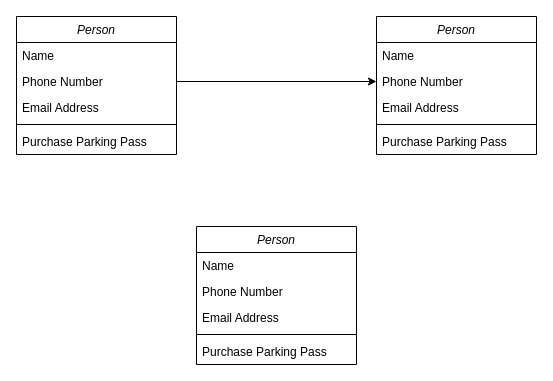
This is 제목 없는 다이어그램.drawio from dbsrudrla/diagram, a draw.io file, before an edit. Source tidied: cells renumbered, new cells numbered last; positions are measured from the earlier drawing's top-left corner, leaving out a move shared by most shapes. Both pictures are drawn from the tidied source at 100%, with x=0, y=0 at pixel (16, 16).
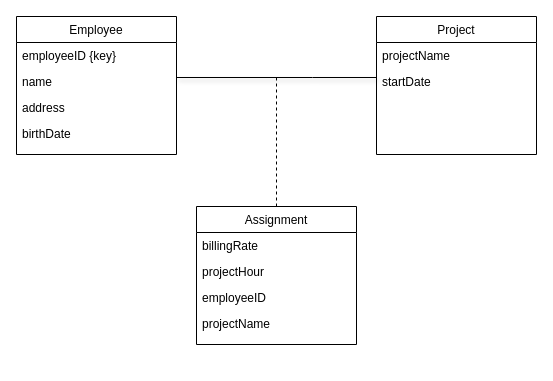
The same diagram, later.

Commit message (it also covers changes not shown here):
시분설 과제 #3

What changed in the source:
```diff
@@
-    <mxCell id="2" value="Person" style="swimlane;fontStyle=2;align=center;verticalAlign=top;horizontal=1;startSize=26;rounded=0;shadow=0;strokeWidth=1;" parent="1" vertex="1">
+    <mxCell id="2" value="Employee" style="swimlane;fontStyle=0;align=center;verticalAlign=top;horizontal=1;startSize=26;rounded=0;shadow=0;strokeWidth=1;" parent="1" vertex="1">
       <mxGeometry width="160" height="138" as="geometry" />
     </mxCell>
-    <mxCell id="3" value="Name" style="text;align=left;verticalAlign=top;spacingLeft=4;spacingRight=4;overflow=hidden;" parent="2" vertex="1">
+    <mxCell id="3" value="employeeID {key}" style="text;align=left;verticalAlign=top;spacingLeft=4;spacingRight=4;overflow=hidden;" parent="2" vertex="1">
       <mxGeometry y="26" width="160" height="26" as="geometry" />
     </mxCell>
-    <mxCell id="4" value="Phone Number" style="text;align=left;verticalAlign=top;spacingLeft=4;spacingRight=4;overflow=hidden;points=[[0,0.5],[1,0.5]];portConstraint=eastwest;rounded=0;shadow=0;html=0;" parent="2" vertex="1">
+    <mxCell id="4" value="name" style="text;align=left;verticalAlign=top;spacingLeft=4;spacingRight=4;overflow=hidden;points=[[0,0.5],[1,0.5]];portConstraint=eastwest;rounded=0;shadow=0;html=0;" parent="2" vertex="1">
       <mxGeometry y="52" width="160" height="26" as="geometry" />
     </mxCell>
-    <mxCell id="5" value="Email Address" style="text;align=left;verticalAlign=top;spacingLeft=4;spacingRight=4;overflow=hidden;rounded=0;shadow=0;html=0;" parent="2" vertex="1">
+    <mxCell id="5" value="address" style="text;align=left;verticalAlign=top;spacingLeft=4;spacingRight=4;overflow=hidden;rounded=0;shadow=0;html=0;" parent="2" vertex="1">
       <mxGeometry y="78" width="160" height="26" as="geometry" />
     </mxCell>
-    <mxCell id="6" style="line;html=1;strokeWidth=1;align=left;verticalAlign=middle;spacingTop=-1;spacingLeft=3;spacingRight=3;labelPosition=right;" parent="2" vertex="1">
-      <mxGeometry y="104" width="160" height="8" as="geometry" />
-    </mxCell>
-    <mxCell id="7" value="Purchase Parking Pass" style="text;align=left;verticalAlign=top;spacingLeft=4;spacingRight=4;overflow=hidden;" parent="2" vertex="1">
-      <mxGeometry y="112" width="160" height="26" as="geometry" />
+    <mxCell id="7" value="birthDate" style="text;align=left;verticalAlign=top;spacingLeft=4;spacingRight=4;overflow=hidden;" parent="2" vertex="1">
+      <mxGeometry y="104" width="160" height="26" as="geometry" />
     </mxCell>
-    <mxCell id="8" value="Person" style="swimlane;fontStyle=2;align=center;verticalAlign=top;horizontal=1;startSize=26;rounded=0;shadow=0;strokeWidth=1;" parent="1" vertex="1">
+    <mxCell id="8" value="Project" style="swimlane;fontStyle=0;align=center;verticalAlign=top;horizontal=1;startSize=26;rounded=0;shadow=0;strokeWidth=1;" parent="1" vertex="1">
       <mxGeometry x="360" width="160" height="138" as="geometry" />
     </mxCell>
-    <mxCell id="9" value="Name" style="text;align=left;verticalAlign=top;spacingLeft=4;spacingRight=4;overflow=hidden;" parent="8" vertex="1">
+    <mxCell id="9" value="projectName" style="text;align=left;verticalAlign=top;spacingLeft=4;spacingRight=4;overflow=hidden;" parent="8" vertex="1">
       <mxGeometry y="26" width="160" height="26" as="geometry" />
     </mxCell>
-    <mxCell id="10" value="Phone Number" style="text;align=left;verticalAlign=top;spacingLeft=4;spacingRight=4;overflow=hidden;points=[[0,0.5],[1,0.5]];portConstraint=eastwest;rounded=0;shadow=0;html=0;" parent="8" vertex="1">
+    <mxCell id="10" value="startDate" style="text;align=left;verticalAlign=top;spacingLeft=4;spacingRight=4;overflow=hidden;points=[[0,0.5],[1,0.5]];portConstraint=eastwest;rounded=0;shadow=0;html=0;" parent="8" vertex="1">
       <mxGeometry y="52" width="160" height="26" as="geometry" />
     </mxCell>
-    <mxCell id="11" value="Email Address" style="text;align=left;verticalAlign=top;spacingLeft=4;spacingRight=4;overflow=hidden;rounded=0;shadow=0;html=0;" parent="8" vertex="1">
-      <mxGeometry y="78" width="160" height="26" as="geometry" />
-    </mxCell>
-    <mxCell id="12" style="line;html=1;strokeWidth=1;align=left;verticalAlign=middle;spacingTop=-1;spacingLeft=3;spacingRight=3;labelPosition=right;" parent="8" vertex="1">
-      <mxGeometry y="104" width="160" height="8" as="geometry" />
-    </mxCell>
-    <mxCell id="13" value="Purchase Parking Pass" style="text;align=left;verticalAlign=top;spacingLeft=4;spacingRight=4;overflow=hidden;" parent="8" vertex="1">
-      <mxGeometry y="112" width="160" height="26" as="geometry" />
-    </mxCell>
+    <mxCell id="21" style="edgeStyle=orthogonalEdgeStyle;rounded=0;jettySize=auto;html=1;exitX=0.5;exitY=0;exitDx=0;exitDy=0;dashed=1;endArrow=none;endFill=0;" parent="1" edge="1" source="14">
+      <mxGeometry relative="1" as="geometry">
+        <mxPoint x="260" y="60" as="targetPoint" />
+      </mxGeometry>
+    </mxCell>
-    <mxCell id="14" value="Person" style="swimlane;fontStyle=2;align=center;verticalAlign=top;horizontal=1;startSize=26;rounded=0;shadow=0;strokeWidth=1;" parent="1" vertex="1">
-      <mxGeometry x="180" y="210" width="160" height="138" as="geometry" />
+    <mxCell id="14" value="Assignment" style="swimlane;fontStyle=0;align=center;verticalAlign=top;horizontal=1;startSize=26;rounded=0;shadow=0;strokeWidth=1;" parent="1" vertex="1">
+      <mxGeometry x="180" y="190" width="160" height="138" as="geometry" />
     </mxCell>
-    <mxCell id="15" value="Name" style="text;align=left;verticalAlign=top;spacingLeft=4;spacingRight=4;overflow=hidden;" parent="14" vertex="1">
+    <mxCell id="15" value="billingRate" style="text;align=left;verticalAlign=top;spacingLeft=4;spacingRight=4;overflow=hidden;" parent="14" vertex="1">
       <mxGeometry y="26" width="160" height="26" as="geometry" />
     </mxCell>
-    <mxCell id="16" value="Phone Number" style="text;align=left;verticalAlign=top;spacingLeft=4;spacingRight=4;overflow=hidden;rounded=0;shadow=0;html=0;" parent="14" vertex="1">
+    <mxCell id="16" value="projectHour" style="text;align=left;verticalAlign=top;spacingLeft=4;spacingRight=4;overflow=hidden;rounded=0;shadow=0;html=0;" parent="14" vertex="1">
       <mxGeometry y="52" width="160" height="26" as="geometry" />
     </mxCell>
-    <mxCell id="17" value="Email Address" style="text;align=left;verticalAlign=top;spacingLeft=4;spacingRight=4;overflow=hidden;rounded=0;shadow=0;html=0;" parent="14" vertex="1">
-      <mxGeometry y="78" width="160" height="26" as="geometry" />
-    </mxCell>
-    <mxCell id="18" style="line;html=1;strokeWidth=1;align=left;verticalAlign=middle;spacingTop=-1;spacingLeft=3;spacingRight=3;labelPosition=right;" parent="14" vertex="1">
-      <mxGeometry y="104" width="160" height="8" as="geometry" />
-    </mxCell>
-    <mxCell id="19" value="Purchase Parking Pass" style="text;align=left;verticalAlign=top;spacingLeft=4;spacingRight=4;overflow=hidden;" parent="14" vertex="1">
-      <mxGeometry y="112" width="160" height="26" as="geometry" />
-    </mxCell>
+    <mxCell id="22" value="employeeID" style="text;align=left;verticalAlign=top;spacingLeft=4;spacingRight=4;overflow=hidden;rounded=0;shadow=0;html=0;" parent="14" vertex="1">
+      <mxGeometry y="78" width="160" height="26" as="geometry" />
+    </mxCell>
+    <mxCell id="23" value="projectName" style="text;align=left;verticalAlign=top;spacingLeft=4;spacingRight=4;overflow=hidden;rounded=0;shadow=0;html=0;" parent="14" vertex="1">
+      <mxGeometry y="104" width="160" height="26" as="geometry" />
+    </mxCell>
-    <mxCell id="20" style="edgeStyle=orthogonalEdgeStyle;rounded=0;jettySize=auto;html=1;exitX=1;exitY=0.5;exitDx=0;exitDy=0;entryX=0;entryY=0.5;entryDx=0;entryDy=0;" parent="1" edge="1" source="4" target="10">
-      <mxGeometry relative="1" as="geometry" />
+    <mxCell id="20" style="rounded=0;orthogonalLoop=1;jettySize=auto;html=1;exitX=1;exitY=0.5;exitDx=0;exitDy=0;entryX=0;entryY=0.5;entryDx=0;entryDy=0;edgeStyle=elbowEdgeStyle;shadow=1;endArrow=none;endFill=0;" parent="1" edge="1">
+      <mxGeometry relative="1" as="geometry">
+        <mxPoint x="160" y="61" as="sourcePoint" />
+        <mxPoint x="360" y="61" as="targetPoint" />
+        <Array as="points">
+          <mxPoint x="296" y="56" />
+          <mxPoint x="286" y="46" />
+        </Array>
+      </mxGeometry>
     </mxCell>
```
